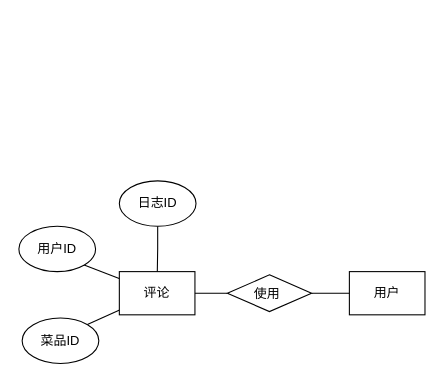
This is Redis的ER.drawio from wangXingRunning/wangXingRunning.github.io, a draw.io file, before an edit. Source tidied: cells renumbered, new cells numbered last; positions are measured from the earlier drawing's top-left corner, leaving out a move shared by most shapes. Both pictures are drawn from the tidied source at 108%, with x=0, y=0 at pixel (18, 180).
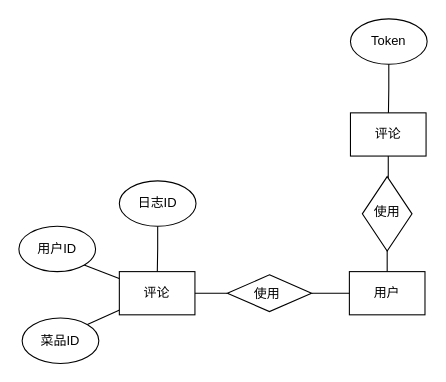
Above is the later version.

What changed in the source:
```diff
@@
 <mxGraphModel>
   <root>
     <mxCell id="0" />
     <mxCell id="1" parent="0" />
     <mxCell id="2" style="rounded=0;jettySize=auto;html=1;exitX=1;exitY=1;exitDx=0;exitDy=0;targetPerimeterSpacing=-10;" parent="1" edge="1" source="3" target="11">
       <mxGeometry relative="1" as="geometry" />
     </mxCell>
     <mxCell id="3" value="用户ID" style="ellipse;whiteSpace=wrap;html=1;align=center;" parent="1" vertex="1">
       <mxGeometry y="42" width="71" height="42" as="geometry" />
     </mxCell>
     <mxCell id="4" style="rounded=0;jettySize=auto;html=1;exitX=1;exitY=0;exitDx=0;exitDy=0;curved=0;strokeColor=default;shadow=0;jumpStyle=arc;targetPerimeterSpacing=-16;" parent="1" edge="1" source="5" target="11">
       <mxGeometry relative="1" as="geometry" />
     </mxCell>
     <mxCell id="5" value="菜品ID" style="ellipse;whiteSpace=wrap;html=1;align=center;" parent="1" vertex="1">
       <mxGeometry x="3" y="127" width="71" height="42" as="geometry" />
     </mxCell>
     <mxCell id="6" style="edgeStyle=orthogonalEdgeStyle;rounded=0;jettySize=auto;html=1;exitX=0;exitY=0.5;exitDx=0;exitDy=0;targetPerimeterSpacing=-10;" parent="1" edge="1" source="8" target="11">
       <mxGeometry relative="1" as="geometry" />
     </mxCell>
     <mxCell id="7" style="edgeStyle=orthogonalEdgeStyle;rounded=0;jettySize=auto;html=1;exitX=1;exitY=0.5;exitDx=0;exitDy=0;targetPerimeterSpacing=-10;" parent="1" edge="1" source="8" target="13">
       <mxGeometry relative="1" as="geometry" />
     </mxCell>
     <mxCell id="8" style="rhombus;whiteSpace=wrap;html=1;" parent="1" vertex="1">
       <mxGeometry x="193" y="87" width="78" height="34" as="geometry" />
     </mxCell>
     <mxCell id="9" style="edgeStyle=orthogonalEdgeStyle;rounded=0;jettySize=auto;html=1;exitX=0.5;exitY=1;exitDx=0;exitDy=0;targetPerimeterSpacing=-10;" parent="1" edge="1" source="10" target="11">
       <mxGeometry relative="1" as="geometry" />
     </mxCell>
     <mxCell id="10" value="日志ID" style="ellipse;whiteSpace=wrap;html=1;align=center;" parent="1" vertex="1">
       <mxGeometry x="93" width="71" height="42" as="geometry" />
     </mxCell>
     <mxCell id="11" value="评论" style="whiteSpace=wrap;html=1;align=center;" parent="1" vertex="1">
       <mxGeometry x="93" y="84" width="70" height="40" as="geometry" />
     </mxCell>
     <mxCell id="12" value="使用" style="text;strokeColor=none;fillColor=none;spacingLeft=4;spacingRight=4;overflow=hidden;fontSize=12;whiteSpace=wrap;html=1;" parent="1" vertex="1">
       <mxGeometry x="212" y="91" width="40" height="30" as="geometry" />
     </mxCell>
+    <mxCell id="14" value="Token" style="ellipse;whiteSpace=wrap;html=1;align=center;" parent="1" vertex="1">
+      <mxGeometry x="307" y="-150" width="71" height="42" as="geometry" />
+    </mxCell>
+    <mxCell id="15" style="edgeStyle=orthogonalEdgeStyle;rounded=0;jettySize=auto;html=1;exitX=0.5;exitY=1;exitDx=0;exitDy=0;targetPerimeterSpacing=-14;" parent="1" edge="1" source="19" target="13">
+      <mxGeometry relative="1" as="geometry" />
+    </mxCell>
+    <mxCell id="16" style="rhombus;whiteSpace=wrap;html=1;" parent="1" vertex="1">
+      <mxGeometry x="318" y="-4" width="46" height="69" as="geometry" />
+    </mxCell>
+    <mxCell id="17" value="使用" style="text;strokeColor=none;fillColor=none;spacingLeft=4;spacingRight=4;overflow=hidden;fontSize=12;whiteSpace=wrap;html=1;" parent="1" vertex="1">
+      <mxGeometry x="323" y="15" width="40" height="38" as="geometry" />
+    </mxCell>
     <mxCell id="13" value="用户" style="whiteSpace=wrap;html=1;align=center;" parent="1" vertex="1">
       <mxGeometry x="306" y="84" width="70" height="40" as="geometry" />
     </mxCell>
+    <mxCell id="18" style="edgeStyle=orthogonalEdgeStyle;rounded=0;jettySize=auto;html=1;exitX=0.5;exitY=1;exitDx=0;exitDy=0;targetPerimeterSpacing=-11;" parent="1" edge="1" source="14" target="19">
+      <mxGeometry relative="1" as="geometry" />
+    </mxCell>
+    <mxCell id="19" value="评论" style="whiteSpace=wrap;html=1;align=center;" parent="1" vertex="1">
+      <mxGeometry x="307" y="-63" width="70" height="40" as="geometry" />
+    </mxCell>
   </root>
 </mxGraphModel>
```
